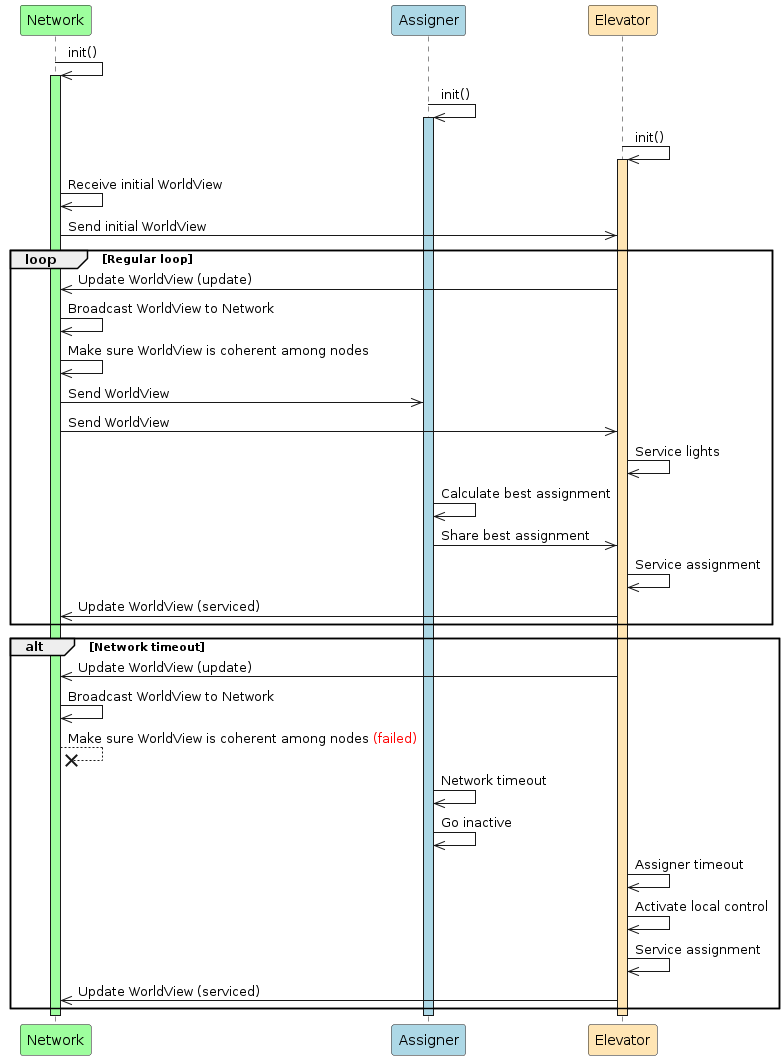
Before: UML/out/diagrams/thread_handle_request_sequence_diagram/Thread Handle Request Sequence Diagram.png, a diagram exported from PlantUML (Lucas-Vo/heislab2). The source it was exported from:
```plantuml
@startuml Thread Handle Request Sequence Diagram
    participant Network #9efe9eff
    participant Assigner #LightBlue
    participant Elevator #FFE5B4

    Network->>Network:init()
    activate Network #9efe9eff
    Assigner->>Assigner:init()
    activate Assigner #LightBlue
    Elevator->>Elevator:init()
    activate Elevator #FFE5B4
    Network->>Network: Receive initial WorldView
    Network->>Elevator: Send initial WorldView

    loop Regular loop
    Elevator->>Network: Update WorldView (update)
    Network->>Network: Broadcast WorldView to Network
    Network->>Network: Make sure WorldView is coherent among nodes
    Network->>Assigner: Send WorldView
    Network->>Elevator: Send WorldView
    Elevator->>Elevator: Service lights

    Assigner->>Assigner: Calculate best assignment
    Assigner->>Elevator: Share best assignment
    Elevator->>Elevator: Service assignment
    Elevator->>Network: Update WorldView (serviced)
    end

    alt Network timeout
    Elevator->>Network: Update WorldView (update)
    Network->>Network: Broadcast WorldView to Network
    Network--x Network: Make sure WorldView is coherent among nodes <color:red>(failed)</color>


    Assigner->>Assigner: Network timeout
    Assigner->>Assigner: Go inactive
    Elevator->>Elevator: Assigner timeout
    Elevator->>Elevator: Activate local control
    Elevator->>Elevator: Service assignment
    Elevator->>Network: Update WorldView (serviced)
    end

    deactivate Network
    deactivate Assigner
    deactivate Elevator
@enduml
```
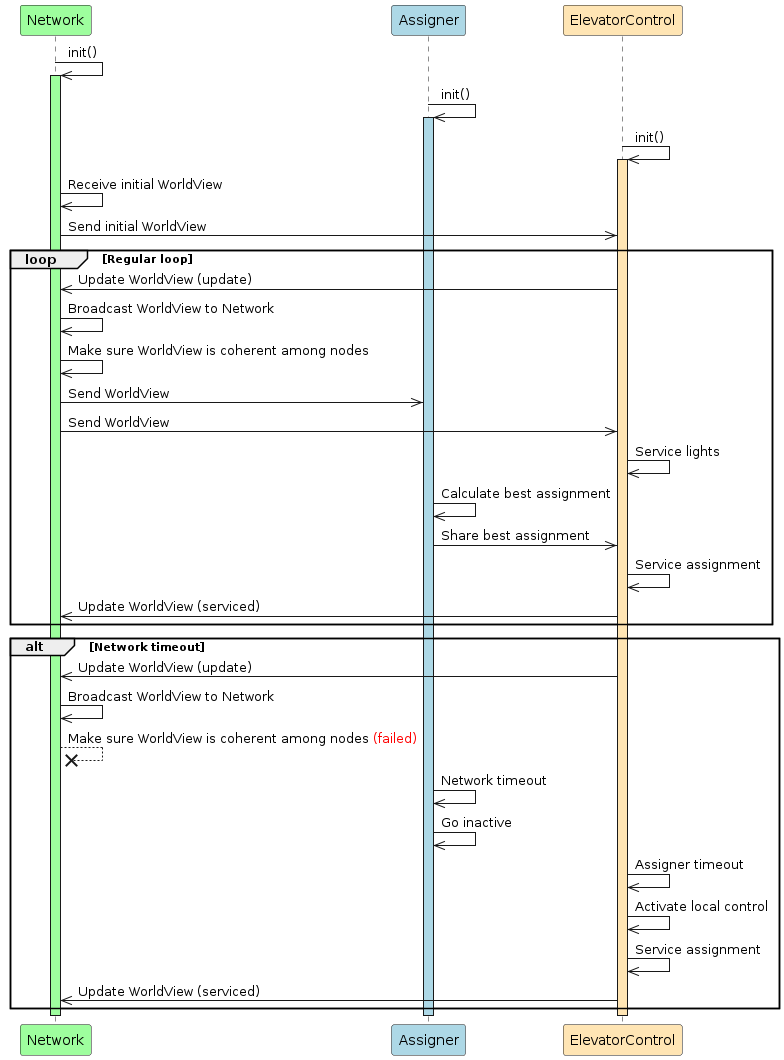
Later version of the same file.

Commit message:
changes, i dont rmbr

Diff of the diagram source:
```diff
@@ -1,46 +1,46 @@
 @startuml Thread Handle Request Sequence Diagram
     participant Network #9efe9eff
     participant Assigner #LightBlue
-    participant Elevator #FFE5B4
+    participant ElevatorControl #FFE5B4
 
     Network->>Network:init()
     activate Network #9efe9eff
     Assigner->>Assigner:init()
     activate Assigner #LightBlue
-    Elevator->>Elevator:init()
-    activate Elevator #FFE5B4
+    ElevatorControl->>ElevatorControl:init()
+    activate ElevatorControl #FFE5B4
     Network->>Network: Receive initial WorldView
-    Network->>Elevator: Send initial WorldView
+    Network->>ElevatorControl: Send initial WorldView
 
     loop Regular loop
-    Elevator->>Network: Update WorldView (update)
+    ElevatorControl->>Network: Update WorldView (update)
     Network->>Network: Broadcast WorldView to Network
     Network->>Network: Make sure WorldView is coherent among nodes
     Network->>Assigner: Send WorldView
-    Network->>Elevator: Send WorldView
-    Elevator->>Elevator: Service lights
+    Network->>ElevatorControl: Send WorldView
+    ElevatorControl->>ElevatorControl: Service lights
 
     Assigner->>Assigner: Calculate best assignment
-    Assigner->>Elevator: Share best assignment
-    Elevator->>Elevator: Service assignment
-    Elevator->>Network: Update WorldView (serviced)
+    Assigner->>ElevatorControl: Share best assignment
+    ElevatorControl->>ElevatorControl: Service assignment
+    ElevatorControl->>Network: Update WorldView (serviced)
     end
 
     alt Network timeout
-    Elevator->>Network: Update WorldView (update)
+    ElevatorControl->>Network: Update WorldView (update)
     Network->>Network: Broadcast WorldView to Network
     Network--x Network: Make sure WorldView is coherent among nodes <color:red>(failed)</color>
 
 
     Assigner->>Assigner: Network timeout
     Assigner->>Assigner: Go inactive
-    Elevator->>Elevator: Assigner timeout
-    Elevator->>Elevator: Activate local control
-    Elevator->>Elevator: Service assignment
-    Elevator->>Network: Update WorldView (serviced)
+    ElevatorControl->>ElevatorControl: Assigner timeout
+    ElevatorControl->>ElevatorControl: Activate local control
+    ElevatorControl->>ElevatorControl: Service assignment
+    ElevatorControl->>Network: Update WorldView (serviced)
     end
 
     deactivate Network
     deactivate Assigner
-    deactivate Elevator
+    deactivate ElevatorControl
 @enduml
```
